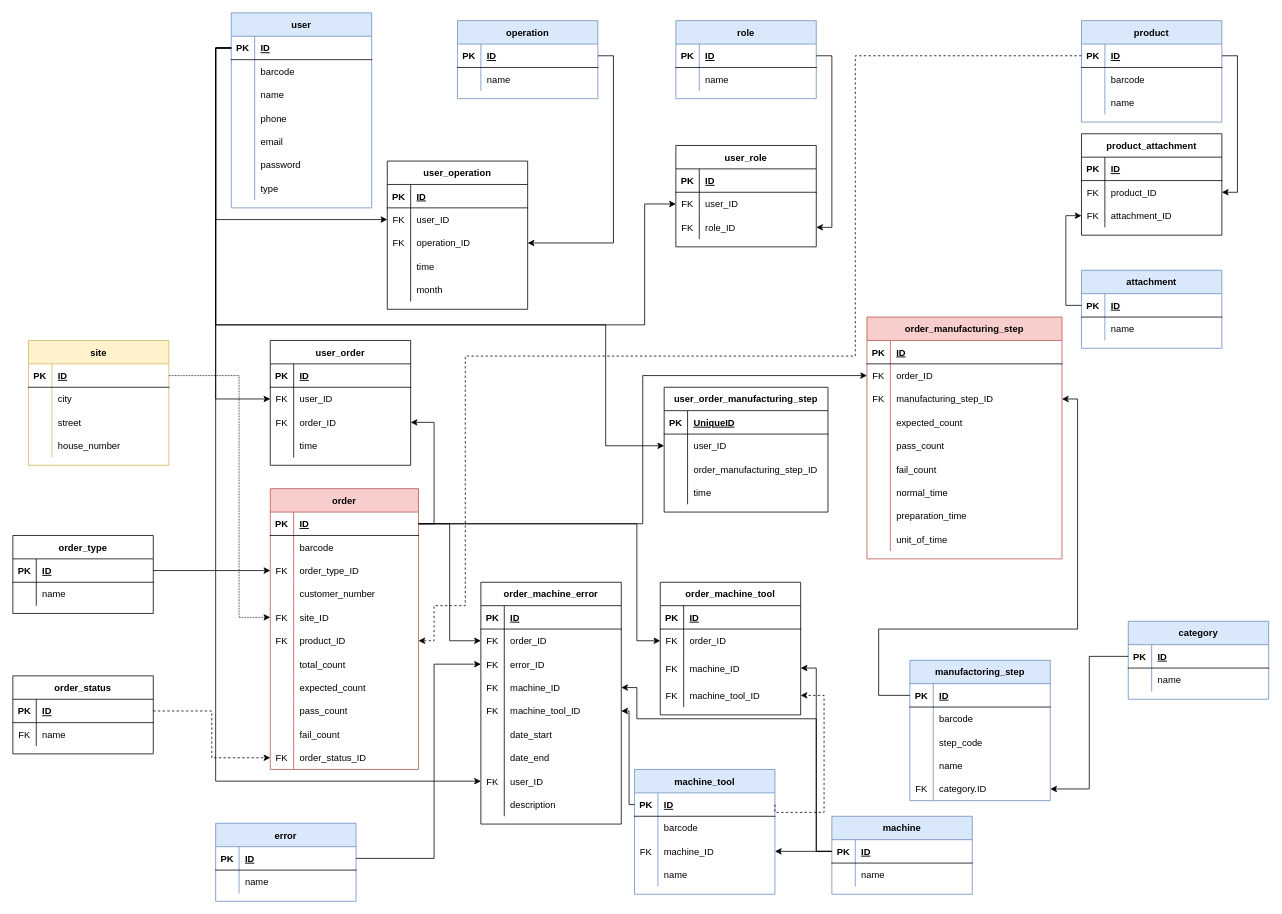
The draw.io diagram DOC/diagrams/database_plan_2_0_0.drawio in KerteszZoltan/mesterminal, before the edit. Source tidied: cells renumbered, new cells numbered last; positions are measured from the earlier drawing's top-left corner, leaving out a move shared by most shapes. Both pictures are drawn from the tidied source at 78%, with x=0, y=0 at pixel (12, 12).
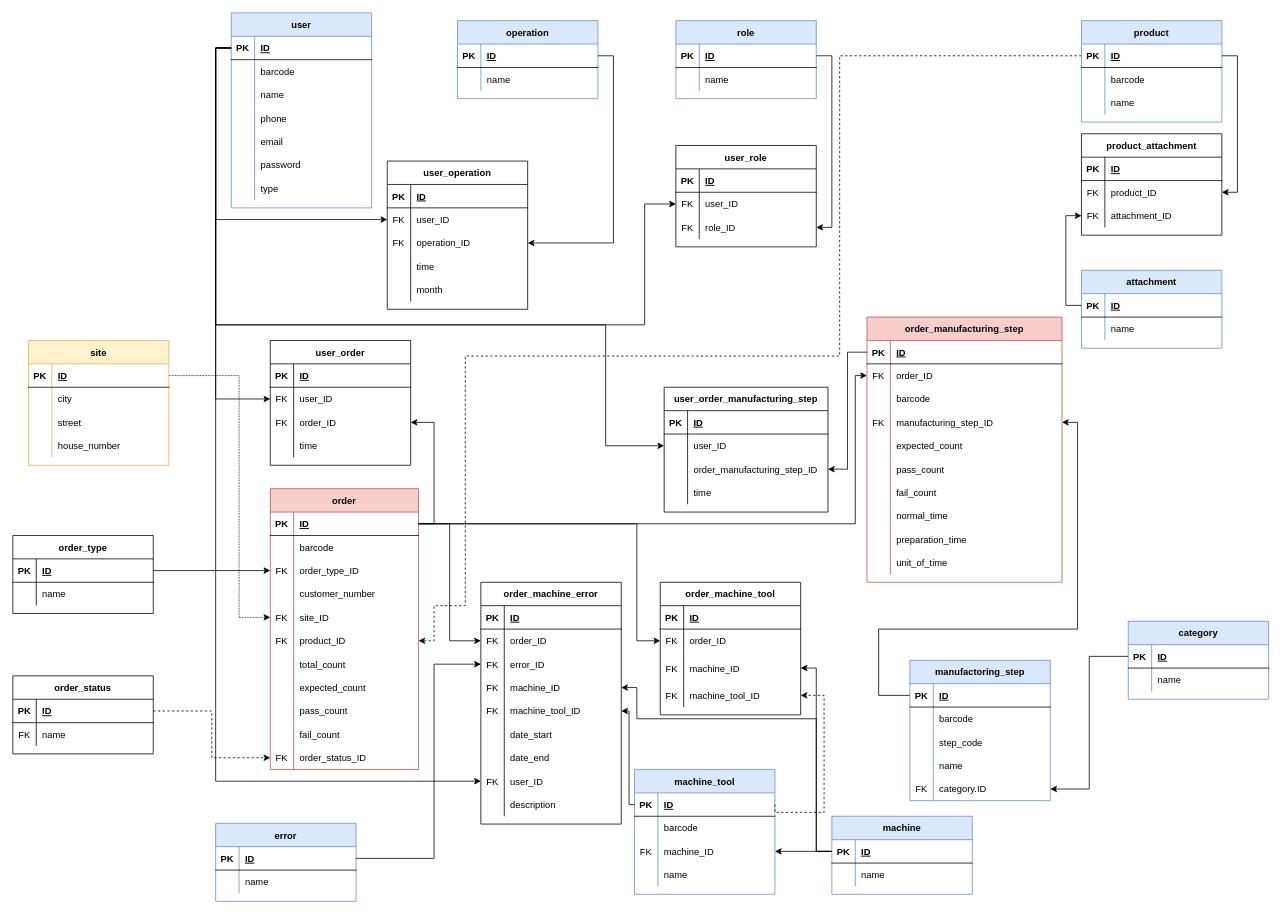
Above is the later version.

The change refers to these unchanged cells:
```xml
<mxCell id="69" style="shape=partialRectangle;fillColor=none;top=0;left=0;bottom=1;right=0;points=[[0,0.5],[1,0.5]];portConstraint=eastwest;" parent="68" vertex="1">
  <mxGeometry y="30" width="190" height="30" as="geometry" />
</mxCell>
<mxCell id="84" style="shape=partialRectangle;fillColor=none;top=0;left=0;bottom=0;right=0;points=[[0,0.5],[1,0.5]];portConstraint=eastwest;" parent="68" vertex="1">
  <mxGeometry y="180" width="190" height="30" as="geometry" />
</mxCell>
<mxCell id="196" style="shape=partialRectangle;fillColor=none;top=0;left=0;bottom=1;right=0;points=[[0,0.5],[1,0.5]];portConstraint=eastwest;" parent="195" vertex="1">
  <mxGeometry y="30" width="180" height="30" as="geometry" />
</mxCell>
<mxCell id="225" style="shape=partialRectangle;fillColor=none;top=0;left=0;bottom=1;right=0;points=[[0,0.5],[1,0.5]];portConstraint=eastwest;" parent="224" vertex="1">
  <mxGeometry y="30" width="180" height="30" as="geometry" />
</mxCell>
<mxCell id="249" style="shape=partialRectangle;fillColor=none;top=0;left=0;bottom=1;right=0;points=[[0,0.5],[1,0.5]];portConstraint=eastwest;" parent="248" vertex="1">
  <mxGeometry y="30" width="250" height="30" as="geometry" />
</mxCell>
<mxCell id="252" style="shape=partialRectangle;fillColor=none;top=0;left=0;bottom=0;right=0;points=[[0,0.5],[1,0.5]];portConstraint=eastwest;" parent="248" vertex="1">
  <mxGeometry y="60" width="250" height="30" as="geometry" />
</mxCell>
<mxCell id="310" style="shape=partialRectangle;fillColor=none;top=0;left=0;bottom=1;right=0;" parent="309" vertex="1">
  <mxGeometry y="30" width="210" height="30" as="geometry" />
</mxCell>
<mxCell id="316" style="shape=partialRectangle;fillColor=none;top=0;left=0;bottom=0;right=0;points=[[0,0.5],[1,0.5]];portConstraint=eastwest;" parent="309" vertex="1">
  <mxGeometry y="90" width="210" height="30" as="geometry" />
</mxCell>
```

What changed in the source:
```diff
@@
     <mxCell id="248" value="order_manufacturing_step" style="shape=table;startSize=30;childLayout=tableLayout;rowLines=0;fontStyle=1;align=center;fillColor=#f8cecc;strokeColor=#b85450;" parent="1" vertex="1">
-      <mxGeometry x="1095" y="390" width="250" height="310" as="geometry" />
+      <mxGeometry x="1095" y="390" width="250" height="340" as="geometry" />
     </mxCell>
@@
+    <mxCell id="322" style="shape=partialRectangle;fillColor=none;top=0;left=0;bottom=0;right=0;" parent="248" vertex="1">
+      <mxGeometry y="90" width="250" height="30" as="geometry" />
+    </mxCell>
+    <mxCell id="323" style="shape=partialRectangle;fillColor=none;top=0;left=0;bottom=0;right=0;overflow=hidden;" parent="322" vertex="1">
+      <mxGeometry width="30" height="30" as="geometry" />
+    </mxCell>
+    <mxCell id="324" value="barcode" style="shape=partialRectangle;fillColor=none;top=0;left=0;bottom=0;right=0;align=left;spacingLeft=6;overflow=hidden;" parent="322" vertex="1">
+      <mxGeometry x="30" width="220" height="30" as="geometry" />
+    </mxCell>
     <mxCell id="255" style="shape=partialRectangle;fillColor=none;top=0;left=0;bottom=0;right=0;points=[[0,0.5],[1,0.5]];portConstraint=eastwest;" parent="248" vertex="1">
-      <mxGeometry y="90" width="250" height="30" as="geometry" />
+      <mxGeometry y="120" width="250" height="30" as="geometry" />
     </mxCell>
@@
     <mxCell id="258" style="shape=partialRectangle;fillColor=none;top=0;left=0;bottom=0;right=0;" parent="248" vertex="1">
-      <mxGeometry y="120" width="250" height="30" as="geometry" />
+      <mxGeometry y="150" width="250" height="30" as="geometry" />
     </mxCell>
@@
     <mxCell id="261" style="shape=partialRectangle;fillColor=none;top=0;left=0;bottom=0;right=0;" parent="248" vertex="1">
-      <mxGeometry y="150" width="250" height="30" as="geometry" />
+      <mxGeometry y="180" width="250" height="30" as="geometry" />
     </mxCell>
@@
     <mxCell id="264" style="shape=partialRectangle;fillColor=none;top=0;left=0;bottom=0;right=0;" parent="248" vertex="1">
-      <mxGeometry y="180" width="250" height="30" as="geometry" />
+      <mxGeometry y="210" width="250" height="30" as="geometry" />
     </mxCell>
@@
     <mxCell id="267" style="shape=partialRectangle;fillColor=none;top=0;left=0;bottom=0;right=0;" parent="248" vertex="1">
-      <mxGeometry y="210" width="250" height="30" as="geometry" />
+      <mxGeometry y="240" width="250" height="30" as="geometry" />
     </mxCell>
@@
     <mxCell id="270" style="shape=partialRectangle;fillColor=none;top=0;left=0;bottom=0;right=0;" parent="248" vertex="1">
-      <mxGeometry y="240" width="250" height="30" as="geometry" />
+      <mxGeometry y="270" width="250" height="30" as="geometry" />
     </mxCell>
@@
     <mxCell id="273" style="shape=partialRectangle;fillColor=none;top=0;left=0;bottom=0;right=0;" parent="248" vertex="1">
-      <mxGeometry y="270" width="250" height="30" as="geometry" />
+      <mxGeometry y="300" width="250" height="30" as="geometry" />
     </mxCell>
@@
     <mxCell id="276" style="edgeStyle=orthogonalEdgeStyle;rounded=0;jettySize=auto;html=1;exitX=1;exitY=0.5;exitDx=0;exitDy=0;entryX=0;entryY=0.5;entryDx=0;entryDy=0;" parent="1" edge="1" source="69" target="252">
-      <mxGeometry relative="1" as="geometry" />
+      <mxGeometry relative="1" as="geometry">
+        <Array as="points">
+          <mxPoint x="1080" y="655" />
+          <mxPoint x="1080" y="465" />
+        </Array>
+      </mxGeometry>
     </mxCell>
     <mxCell id="277" style="edgeStyle=orthogonalEdgeStyle;rounded=0;jettySize=auto;html=1;exitX=0;exitY=0.5;exitDx=0;exitDy=0;entryX=1;entryY=0.5;entryDx=0;entryDy=0;" parent="1" edge="1" source="225" target="255">
       <mxGeometry relative="1" as="geometry">
         <Array as="points">
           <mxPoint x="1110" y="875" />
           <mxPoint x="1110" y="790" />
           <mxPoint x="1365" y="790" />
-          <mxPoint x="1365" y="495" />
+          <mxPoint x="1365" y="525" />
         </Array>
       </mxGeometry>
     </mxCell>
     <mxCell id="278" style="edgeStyle=orthogonalEdgeStyle;rounded=0;jettySize=auto;html=1;exitX=0;exitY=0.5;exitDx=0;exitDy=0;entryX=1;entryY=0.5;entryDx=0;entryDy=0;fillColor=#f8cecc;dashed=1;" parent="1" edge="1" source="196" target="84">
       <mxGeometry relative="1" as="geometry">
         <Array as="points">
-          <mxPoint x="1080" y="55" />
-          <mxPoint x="1080" y="440" />
+          <mxPoint x="1060" y="55" />
+          <mxPoint x="1060" y="440" />
           <mxPoint x="580" y="440" />
           <mxPoint x="580" y="760" />
           <mxPoint x="540" y="760" />
           <mxPoint x="540" y="805" />
         </Array>
       </mxGeometry>
     </mxCell>
@@
-    <mxCell id="312" value="UniqueID" style="shape=partialRectangle;fillColor=none;top=0;left=0;bottom=0;right=0;align=left;spacingLeft=6;fontStyle=5;overflow=hidden;" parent="310" vertex="1">
+    <mxCell id="312" value="ID" style="shape=partialRectangle;fillColor=none;top=0;left=0;bottom=0;right=0;align=left;spacingLeft=6;fontStyle=5;overflow=hidden;" parent="310" vertex="1">
       <mxGeometry x="30" width="180" height="30" as="geometry" />
     </mxCell>
@@
+    <mxCell id="325" style="edgeStyle=orthogonalEdgeStyle;rounded=0;jettySize=auto;html=1;exitX=0;exitY=0.5;exitDx=0;exitDy=0;entryX=1;entryY=0.5;entryDx=0;entryDy=0;" parent="1" edge="1" source="249" target="316">
+      <mxGeometry relative="1" as="geometry" />
+    </mxCell>
```
